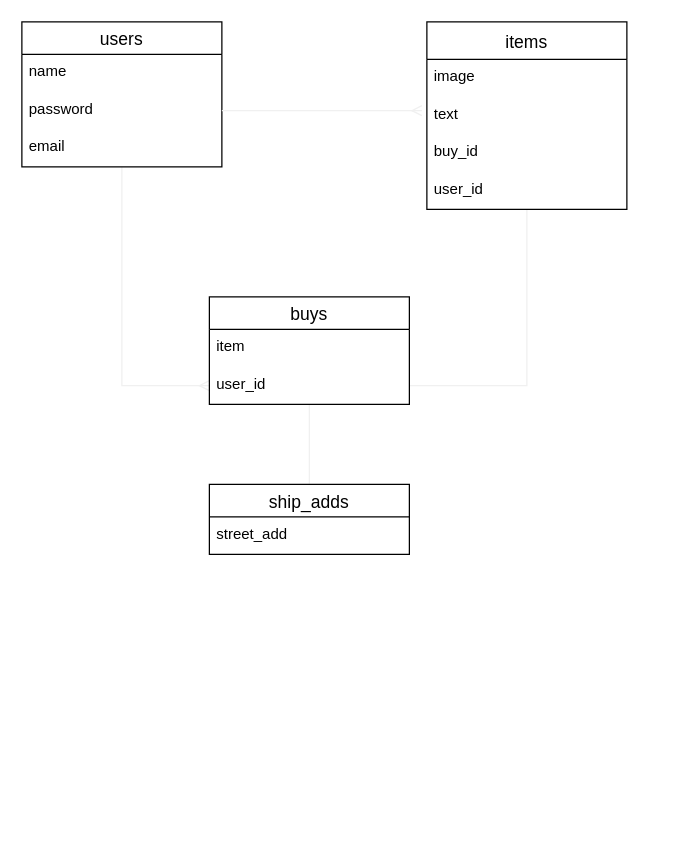
Earlier version of the draw.io diagram ER.dio (kawaura-dai/furima-29631). Source tidied: cells renumbered, new cells numbered last; positions are measured from the earlier drawing's top-left corner, leaving out a move shared by most shapes. Both pictures are drawn from the tidied source at 125%, with x=0, y=0 at pixel (21, 21).
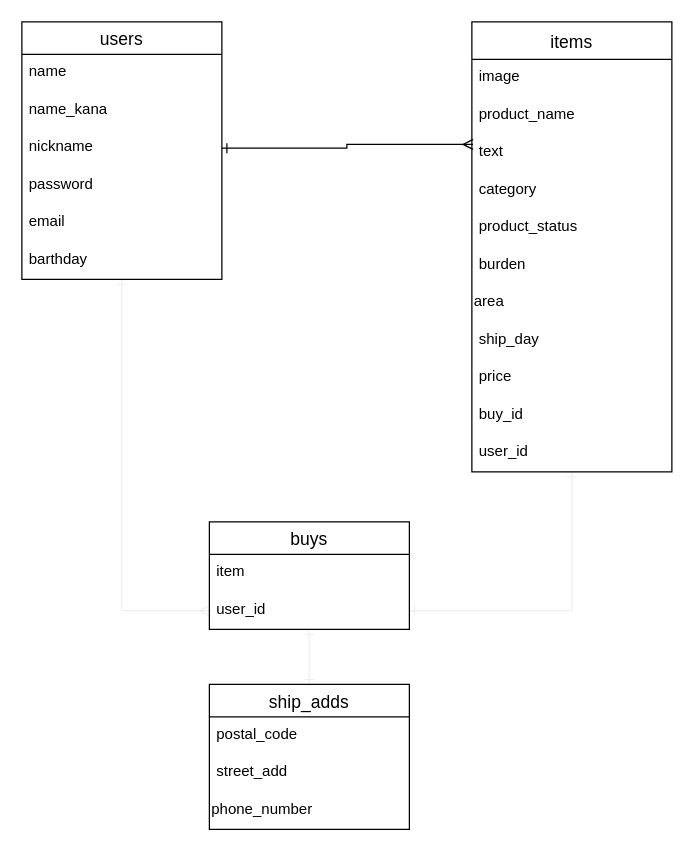
The same diagram, later.

Commit message (it also covers changes not shown here):
DB設計ERの作図、訂正１

Unchanged cells that the change refers to:
```xml
<mxCell id="16" value="user_id" style="text;strokeColor=none;fillColor=none;spacingLeft=4;spacingRight=4;overflow=hidden;points=[[0,0.5],[1,0.5]];portConstraint=eastwest;fontSize=12;" parent="14" vertex="1">
  <mxGeometry y="56" width="160" height="30" as="geometry" />
</mxCell>
```

What changed in the source:
```diff
@@
-    <mxCell id="2" style="edgeStyle=orthogonalEdgeStyle;rounded=0;jettySize=auto;html=1;endArrow=ERmany;endFill=0;strokeColor=#f0f0f0;" parent="1" edge="1" source="3" target="16">
+    <mxCell id="2" style="edgeStyle=orthogonalEdgeStyle;rounded=0;jettySize=auto;html=1;endArrow=ERmany;endFill=0;strokeColor=#f0f0f0;startArrow=ERone;startFill=0;" parent="1" edge="1" source="3" target="16">
       <mxGeometry relative="1" as="geometry" />
     </mxCell>
     <mxCell id="3" value="users" style="swimlane;fontStyle=0;horizontal=1;startSize=26;align=center;fontSize=14;" parent="1" vertex="1">
-      <mxGeometry width="160" height="116" as="geometry" />
+      <mxGeometry width="160" height="206" as="geometry" />
     </mxCell>
@@
+    <mxCell id="20" value="name_kana" style="text;strokeColor=none;fillColor=none;spacingLeft=4;spacingRight=4;overflow=hidden;fontSize=12;" parent="3" vertex="1">
+      <mxGeometry y="56" width="160" height="30" as="geometry" />
+    </mxCell>
+    <mxCell id="21" value="nickname" style="text;strokeColor=none;fillColor=none;spacingLeft=4;spacingRight=4;overflow=hidden;points=[[0,0.5],[1,0.5]];portConstraint=eastwest;fontSize=12;" parent="3" vertex="1">
+      <mxGeometry y="86" width="160" height="30" as="geometry" />
+    </mxCell>
     <mxCell id="5" value="password" style="text;strokeColor=none;fillColor=none;spacingLeft=4;spacingRight=4;overflow=hidden;points=[[0,0.5],[1,0.5]];portConstraint=eastwest;fontSize=12;" parent="3" vertex="1">
-      <mxGeometry y="56" width="160" height="30" as="geometry" />
+      <mxGeometry y="116" width="160" height="30" as="geometry" />
     </mxCell>
     <mxCell id="6" value="email" style="text;strokeColor=none;fillColor=none;spacingLeft=4;spacingRight=4;overflow=hidden;fontSize=12;" parent="3" vertex="1">
-      <mxGeometry y="86" width="160" height="30" as="geometry" />
+      <mxGeometry y="146" width="160" height="30" as="geometry" />
     </mxCell>
+    <mxCell id="22" value="barthday" style="text;strokeColor=none;fillColor=none;spacingLeft=4;spacingRight=4;overflow=hidden;fontSize=12;" parent="3" vertex="1">
+      <mxGeometry y="176" width="160" height="30" as="geometry" />
+    </mxCell>
-    <mxCell id="7" style="edgeStyle=orthogonalEdgeStyle;rounded=0;jettySize=auto;html=1;entryX=1;entryY=0.5;entryDx=0;entryDy=0;endArrow=none;endFill=0;strokeColor=#f0f0f0;" parent="1" edge="1" source="8" target="16">
+    <mxCell id="7" style="edgeStyle=orthogonalEdgeStyle;rounded=0;jettySize=auto;html=1;entryX=1;entryY=0.5;entryDx=0;entryDy=0;endArrow=ERone;endFill=0;strokeColor=#f0f0f0;startArrow=ERone;startFill=0;" parent="1" edge="1" source="8" target="16">
       <mxGeometry relative="1" as="geometry" />
     </mxCell>
     <mxCell id="8" value="items" style="swimlane;fontStyle=0;horizontal=1;startSize=30;align=center;fontSize=14;" parent="1" vertex="1">
-      <mxGeometry x="324" width="160" height="150" as="geometry" />
+      <mxGeometry x="360" width="160" height="360" as="geometry" />
     </mxCell>
@@
+    <mxCell id="23" value="product_name" style="text;strokeColor=none;fillColor=none;spacingLeft=4;spacingRight=4;overflow=hidden;fontSize=12;" parent="8" vertex="1">
+      <mxGeometry y="60" width="160" height="30" as="geometry" />
+    </mxCell>
     <mxCell id="10" value="text" style="text;strokeColor=none;fillColor=none;spacingLeft=4;spacingRight=4;overflow=hidden;points=[[0,0.5],[1,0.5]];portConstraint=eastwest;fontSize=12;" parent="8" vertex="1">
-      <mxGeometry y="60" width="160" height="30" as="geometry" />
+      <mxGeometry y="90" width="160" height="30" as="geometry" />
     </mxCell>
+    <mxCell id="24" value="category" style="text;strokeColor=none;fillColor=none;spacingLeft=4;spacingRight=4;overflow=hidden;fontSize=12;" parent="8" vertex="1">
+      <mxGeometry y="120" width="160" height="30" as="geometry" />
+    </mxCell>
+    <mxCell id="25" value="product_status" style="text;strokeColor=none;fillColor=none;spacingLeft=4;spacingRight=4;overflow=hidden;fontSize=12;" parent="8" vertex="1">
+      <mxGeometry y="150" width="160" height="30" as="geometry" />
+    </mxCell>
+    <mxCell id="26" value="burden" style="text;strokeColor=none;fillColor=none;spacingLeft=4;spacingRight=4;overflow=hidden;fontSize=12;" parent="8" vertex="1">
+      <mxGeometry y="180" width="160" height="30" as="geometry" />
+    </mxCell>
+    <mxCell id="27" value="area" style="text;whiteSpace=wrap;html=1;" parent="8" vertex="1">
+      <mxGeometry y="210" width="160" height="30" as="geometry" />
+    </mxCell>
+    <mxCell id="28" value="ship_day" style="text;strokeColor=none;fillColor=none;spacingLeft=4;spacingRight=4;overflow=hidden;fontSize=12;" parent="8" vertex="1">
+      <mxGeometry y="240" width="160" height="30" as="geometry" />
+    </mxCell>
+    <mxCell id="29" value="price" style="text;strokeColor=none;fillColor=none;spacingLeft=4;spacingRight=4;overflow=hidden;fontSize=12;" parent="8" vertex="1">
+      <mxGeometry y="270" width="160" height="30" as="geometry" />
+    </mxCell>
     <mxCell id="11" value="buy_id" style="text;strokeColor=none;fillColor=none;spacingLeft=4;spacingRight=4;overflow=hidden;fontSize=12;" parent="8" vertex="1">
-      <mxGeometry y="90" width="160" height="30" as="geometry" />
+      <mxGeometry y="300" width="160" height="30" as="geometry" />
     </mxCell>
     <mxCell id="12" value="user_id" style="text;strokeColor=none;fillColor=none;spacingLeft=4;spacingRight=4;overflow=hidden;fontSize=12;" parent="8" vertex="1">
-      <mxGeometry y="120" width="160" height="30" as="geometry" />
+      <mxGeometry y="330" width="160" height="30" as="geometry" />
     </mxCell>
-    <mxCell id="13" style="edgeStyle=orthogonalEdgeStyle;rounded=0;jettySize=auto;html=1;entryX=0.5;entryY=0;entryDx=0;entryDy=0;endArrow=none;endFill=0;strokeColor=#f0f0f0;" parent="1" edge="1" source="14" target="18">
+    <mxCell id="13" style="edgeStyle=orthogonalEdgeStyle;rounded=0;jettySize=auto;html=1;entryX=0.5;entryY=0;entryDx=0;entryDy=0;endArrow=ERone;endFill=0;strokeColor=#f0f0f0;startArrow=ERone;startFill=0;" parent="1" edge="1" source="14" target="18">
       <mxGeometry relative="1" as="geometry" />
     </mxCell>
     <mxCell id="14" value="buys" style="swimlane;fontStyle=0;horizontal=1;startSize=26;align=center;fontSize=14;" parent="1" vertex="1">
-      <mxGeometry x="150" y="220" width="160" height="86" as="geometry" />
+      <mxGeometry x="150" y="400" width="160" height="86" as="geometry" />
     </mxCell>
@@
-    <mxCell id="17" style="edgeStyle=orthogonalEdgeStyle;rounded=0;jettySize=auto;html=1;exitX=1;exitY=0.5;exitDx=0;exitDy=0;endArrow=ERmany;endFill=0;strokeColor=#f0f0f0;" parent="1" edge="1" source="5">
-      <mxGeometry relative="1" as="geometry">
-        <mxPoint x="320" y="71" as="targetPoint" />
-      </mxGeometry>
-    </mxCell>
     <mxCell id="18" value="ship_adds" style="swimlane;fontStyle=0;horizontal=1;startSize=26;align=center;fontSize=14;" parent="1" vertex="1">
-      <mxGeometry x="150" y="370" width="160" height="56" as="geometry" />
+      <mxGeometry x="150" y="530" width="160" height="116" as="geometry" />
     </mxCell>
+    <mxCell id="30" value="postal_code" style="text;strokeColor=none;fillColor=none;spacingLeft=4;spacingRight=4;overflow=hidden;fontSize=12;" parent="18" vertex="1">
+      <mxGeometry y="26" width="160" height="30" as="geometry" />
+    </mxCell>
     <mxCell id="19" value="street_add" style="text;strokeColor=none;fillColor=none;spacingLeft=4;spacingRight=4;overflow=hidden;fontSize=12;" parent="18" vertex="1">
-      <mxGeometry y="26" width="160" height="30" as="geometry" />
+      <mxGeometry y="56" width="160" height="30" as="geometry" />
     </mxCell>
+    <mxCell id="31" value="phone_number" style="text;whiteSpace=wrap;html=1;" parent="18" vertex="1">
+      <mxGeometry y="86" width="160" height="30" as="geometry" />
+    </mxCell>
+    <mxCell id="32" style="edgeStyle=orthogonalEdgeStyle;rounded=0;jettySize=auto;html=1;exitX=1;exitY=0.5;exitDx=0;exitDy=0;entryX=0.006;entryY=0.267;entryDx=0;entryDy=0;entryPerimeter=0;endArrow=ERmany;endFill=0;startArrow=ERone;startFill=0;" parent="1" edge="1" source="21" target="10">
+      <mxGeometry relative="1" as="geometry" />
+    </mxCell>
```
